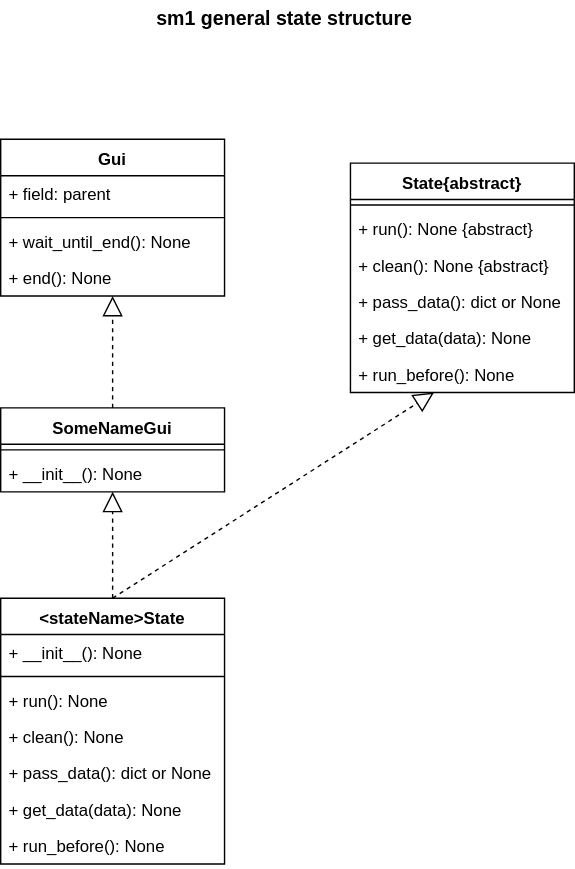
This is Documents/client class diagram sm1.svg from adibl/password_saver, a draw.io export, as it was before one commit. Source tidied: cells renumbered, new cells last; positions are measured from the earlier drawing's top-left corner, leaving out a move shared by most shapes.
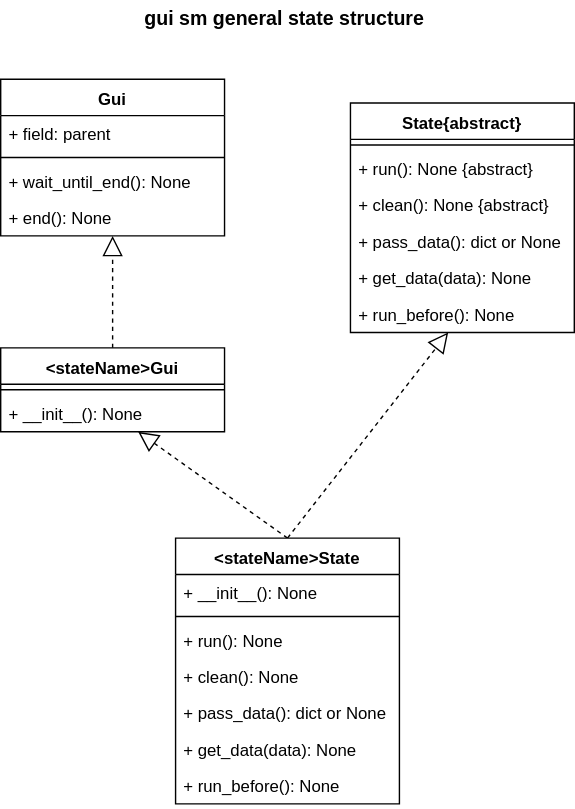
After the change.

Commit message:
Update client class diagram sm1

Diff of the diagram source:
```diff
@@ -38,7 +38,7 @@
     <mxCell id="13" value="+ run_before(): None" style="text;strokeColor=none;fillColor=none;align=left;verticalAlign=top;spacingLeft=4;spacingRight=4;overflow=hidden;points=[[0,0.5],[1,0.5]];portConstraint=eastwest;" parent="7" vertex="1">
       <mxGeometry y="138" width="160" height="26" as="geometry" />
     </mxCell>
-    <mxCell id="14" value="SomeNameGui" style="swimlane;fontStyle=1;align=center;verticalAlign=top;horizontal=1;startSize=26;" parent="1" vertex="1">
+    <mxCell id="14" value="&lt;stateName&gt;Gui" style="swimlane;fontStyle=1;align=center;verticalAlign=top;horizontal=1;startSize=26;" parent="1" vertex="1">
       <mxGeometry y="291" width="160" height="60" as="geometry" />
     </mxCell>
     <mxCell id="15" style="line;strokeWidth=1;fillColor=none;align=left;verticalAlign=middle;spacingTop=-1;spacingLeft=3;spacingRight=3;labelPosition=right;" parent="14" vertex="1">
@@ -56,11 +56,11 @@
     <mxCell id="19" style="endArrow=block;dashed=1;endFill=0;endSize=12;html=1;exitX=0.5;exitY=0;exitDx=0;exitDy=0;" parent="1" edge="1" source="21" target="13">
       <mxGeometry relative="1" as="geometry" />
     </mxCell>
-    <mxCell id="20" value="sm1 general state structure " style="text;align=center;fontStyle=1;verticalAlign=middle;spacingLeft=3;spacingRight=3;strokeColor=none;fontSize=14;" parent="1" vertex="1">
-      <mxGeometry x="50" width="310" height="26" as="geometry" />
+    <mxCell id="20" value="gui sm general state structure " style="text;align=center;fontStyle=1;verticalAlign=middle;spacingLeft=3;spacingRight=3;strokeColor=none;fontSize=14;" parent="1" vertex="1">
+      <mxGeometry x="50" y="43" width="310" height="26" as="geometry" />
     </mxCell>
     <mxCell id="21" value="&lt;stateName&gt;State" style="swimlane;fontStyle=1;align=center;verticalAlign=top;horizontal=1;startSize=26;" parent="1" vertex="1">
-      <mxGeometry y="427" width="160" height="190" as="geometry" />
+      <mxGeometry x="125" y="427" width="160" height="190" as="geometry" />
     </mxCell>
     <mxCell id="22" value="+ __init__(): None" style="text;strokeColor=none;fillColor=none;align=left;verticalAlign=top;spacingLeft=4;spacingRight=4;overflow=hidden;" parent="21" vertex="1">
       <mxGeometry y="26" width="160" height="26" as="geometry" />
```
